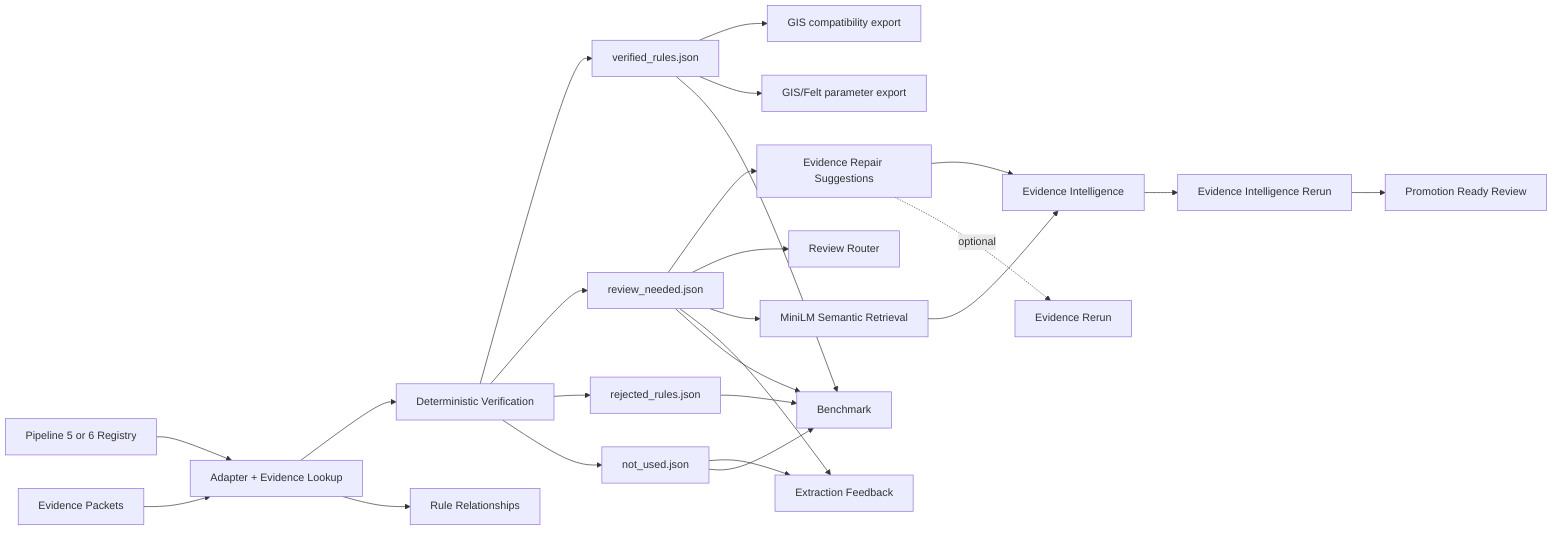
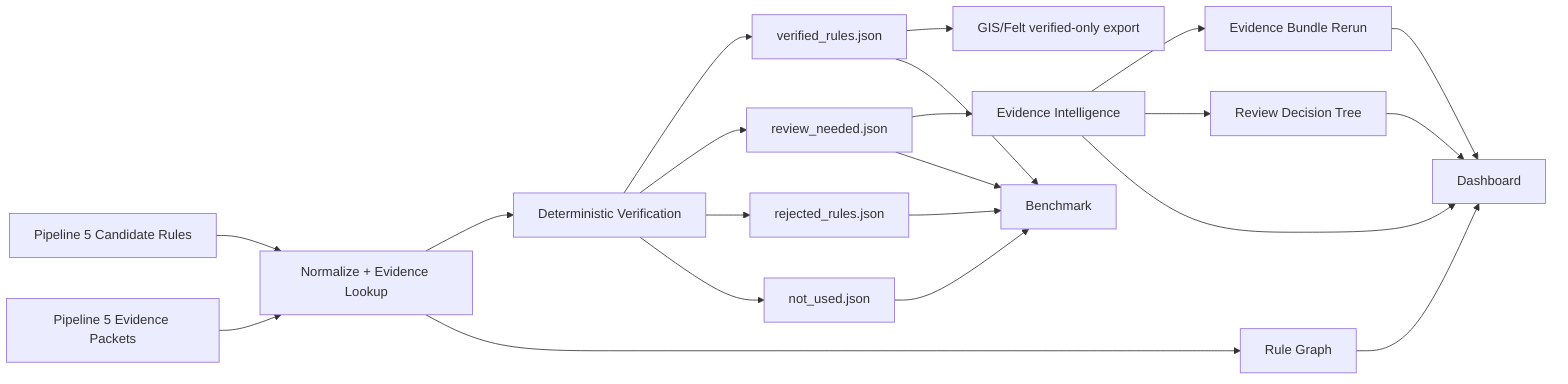
flowchart LR
-   A[Pipeline 5 or 6 Registry] --> C[Adapter + Evidence Lookup]
-   B[Evidence Packets] --> C
+   A[Pipeline 5 Candidate Rules] --> C[Normalize + Evidence Lookup]
+   B[Pipeline 5 Evidence Packets] --> C
  C --> D[Deterministic Verification]
  D --> E[verified_rules.json]
  D --> F[review_needed.json]
  D --> G[rejected_rules.json]
  D --> H[not_used.json]
-   F --> K[Evidence Repair Suggestions]
-   F --> M[Review Router]
-   F --> O[MiniLM Semantic Retrieval]
-   K --> P[Evidence Intelligence]
-   O --> P
-   P --> Q[Evidence Intelligence Rerun]
-   Q --> R[Promotion Ready Review]
-   F --> S[Extraction Feedback]
-   H --> S
-   C --> N[Rule Relationships]
-   K -. optional .-> L[Evidence Rerun]
-   E --> I[GIS compatibility export]
-   E --> T[GIS/Felt parameter export]
+   F --> K[Evidence Intelligence]
+   K --> L[Evidence Bundle Rerun]
+   K --> M[Review Decision Tree]
+   C --> N[Rule Graph]
+   E --> I[GIS/Felt verified-only export]
  E --> J[Benchmark]
  F --> J
  G --> J
  H --> J
+   K --> O[Dashboard]
+   L --> O
+   M --> O
+   N --> O
